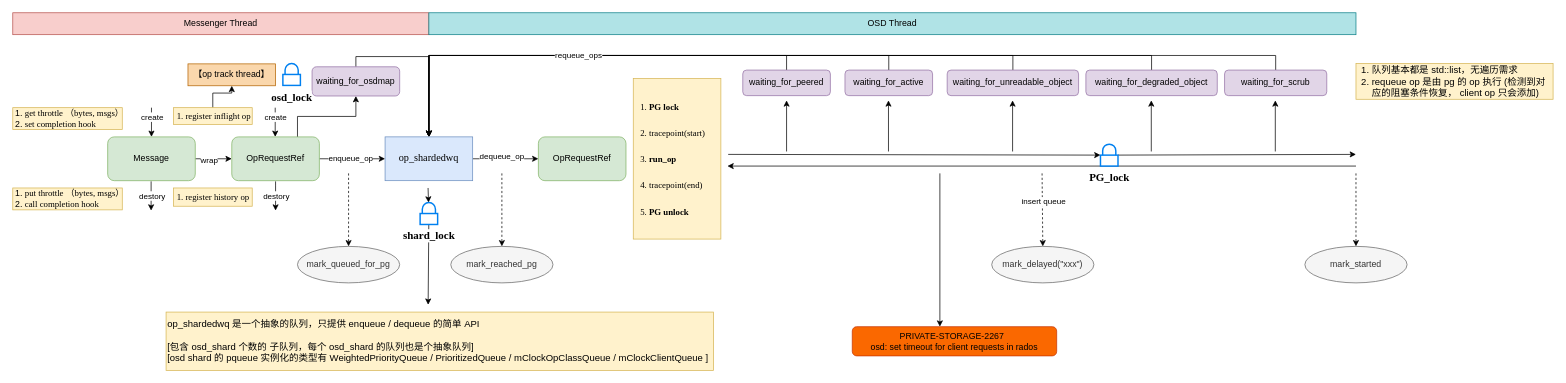
The draw.io diagram OSDRequest.drawio in 1253757553/drawIO, before the edit. Source tidied: cells renumbered, new cells numbered last; positions are measured from the earlier drawing's top-left corner, leaving out a move shared by most shapes. Both pictures are drawn from the tidied source at 73%, with x=0, y=0 at pixel (12, 12).
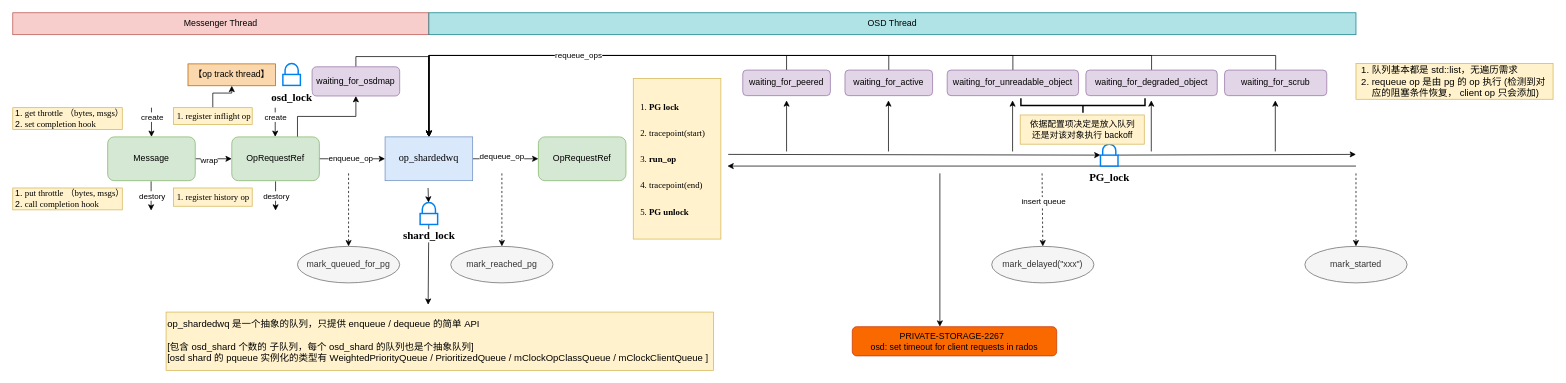
Above is the later version.

Change to the diagram source:
```diff
@@
+    <mxCell id="69" style="strokeWidth=2;html=1;shape=mxgraph.flowchart.annotation_2;align=left;labelPosition=right;rotation=-90;" parent="1" vertex="1">
+      <mxGeometry x="1456" y="42" width="20" height="170" as="geometry" />
+    </mxCell>
+    <mxCell id="70" value="依据配置项决定是放入队列&lt;div&gt;还是对该对象执行 backoff&lt;/div&gt;" style="text;html=1;align=center;verticalAlign=middle;strokeColor=#d6b656;fillColor=#fff2cc;" parent="1" vertex="1">
+      <mxGeometry x="1380" y="140" width="170" height="40" as="geometry" />
+    </mxCell>
```
